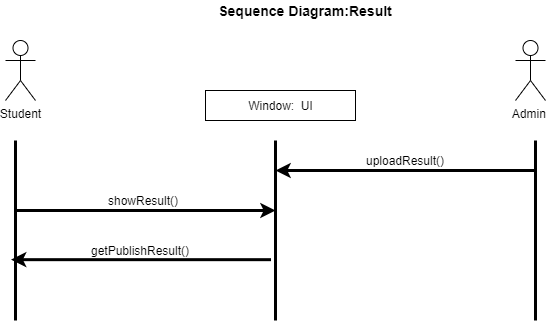
This is sequence_diagram(Result).png from SabiulSabit/UML-Diagram-For-Project, a draw.io export, as it was before one commit. Source tidied: cells renumbered, new cells last; positions are measured from the earlier drawing's top-left corner, leaving out a move shared by most shapes. The source it was exported from:
```xml
<mxGraphModel>
  <root>
    <mxCell id="0" />
    <mxCell id="1" parent="0" />
    <mxCell id="2" style="endArrow=none;html=1;strokeWidth=3;" parent="1" edge="1">
      <mxGeometry relative="1" as="geometry">
        <mxPoint x="10" y="320" as="sourcePoint" />
        <mxPoint x="10" y="140" as="targetPoint" />
      </mxGeometry>
    </mxCell>
    <mxCell id="3" style="endArrow=none;html=1;strokeWidth=3;" parent="1" edge="1">
      <mxGeometry relative="1" as="geometry">
        <mxPoint x="270" y="320" as="sourcePoint" />
        <mxPoint x="270" y="140" as="targetPoint" />
      </mxGeometry>
    </mxCell>
    <mxCell id="4" style="endArrow=none;html=1;strokeWidth=3;" parent="1" edge="1">
      <mxGeometry relative="1" as="geometry">
        <mxPoint x="530" y="320" as="sourcePoint" />
        <mxPoint x="530" y="140" as="targetPoint" />
      </mxGeometry>
    </mxCell>
    <mxCell id="5" value="Student&lt;br&gt;" style="shape=umlActor;verticalLabelPosition=bottom;labelBackgroundColor=#ffffff;verticalAlign=top;html=1;" parent="1" vertex="1">
      <mxGeometry y="40" width="30" height="60" as="geometry" />
    </mxCell>
    <mxCell id="6" style="endArrow=classic;html=1;strokeWidth=3;" parent="1" edge="1">
      <mxGeometry relative="1" as="geometry">
        <mxPoint x="10" y="210" as="sourcePoint" />
        <mxPoint x="270" y="210" as="targetPoint" />
      </mxGeometry>
    </mxCell>
    <mxCell id="7" style="endArrow=classic;html=1;strokeWidth=3;" parent="1" edge="1">
      <mxGeometry relative="1" as="geometry">
        <mxPoint x="265.5" y="259.2" as="sourcePoint" />
        <mxPoint x="5.5" y="259.2" as="targetPoint" />
      </mxGeometry>
    </mxCell>
    <mxCell id="8" value="Admin&amp;nbsp;" style="shape=umlActor;verticalLabelPosition=bottom;labelBackgroundColor=#ffffff;verticalAlign=top;html=1;" parent="1" vertex="1">
      <mxGeometry x="510" y="40" width="30" height="60" as="geometry" />
    </mxCell>
    <mxCell id="9" style="rounded=0;whiteSpace=wrap;html=1;" parent="1" vertex="1">
      <mxGeometry x="200" y="90" width="150" height="30" as="geometry" />
    </mxCell>
    <mxCell id="10" value="Window:&amp;nbsp; UI" style="text;html=1;strokeColor=none;fillColor=none;align=center;verticalAlign=middle;whiteSpace=wrap;rounded=0;" parent="1" vertex="1">
      <mxGeometry x="232.5" y="95" width="85" height="20" as="geometry" />
    </mxCell>
    <mxCell id="11" value="&lt;font style=&quot;font-size: 14px&quot;&gt;&lt;b&gt;Sequence Diagram:Result&lt;/b&gt;&lt;/font&gt;" style="text;html=1;strokeColor=none;fillColor=none;align=center;verticalAlign=middle;whiteSpace=wrap;rounded=0;" parent="1" vertex="1">
      <mxGeometry x="170" width="260" height="20" as="geometry" />
    </mxCell>
    <mxCell id="12" value="showResult()" style="text;html=1;strokeColor=none;fillColor=none;align=center;verticalAlign=middle;whiteSpace=wrap;rounded=0;" parent="1" vertex="1">
      <mxGeometry x="68" y="190" width="140" height="20" as="geometry" />
    </mxCell>
    <mxCell id="13" style="endArrow=classic;html=1;strokeWidth=3;" parent="1" edge="1">
      <mxGeometry relative="1" as="geometry">
        <mxPoint x="530" y="170" as="sourcePoint" />
        <mxPoint x="270" y="170" as="targetPoint" />
      </mxGeometry>
    </mxCell>
    <mxCell id="14" value="uploadResult()" style="text;html=1;strokeColor=none;fillColor=none;align=center;verticalAlign=middle;whiteSpace=wrap;rounded=0;" parent="1" vertex="1">
      <mxGeometry x="380" y="150" width="40" height="20" as="geometry" />
    </mxCell>
    <mxCell id="15" value="getPublishResult()" style="text;html=1;strokeColor=none;fillColor=none;align=center;verticalAlign=middle;whiteSpace=wrap;rounded=0;" parent="1" vertex="1">
      <mxGeometry x="115" y="240" width="40" height="20" as="geometry" />
    </mxCell>
  </root>
</mxGraphModel>
```
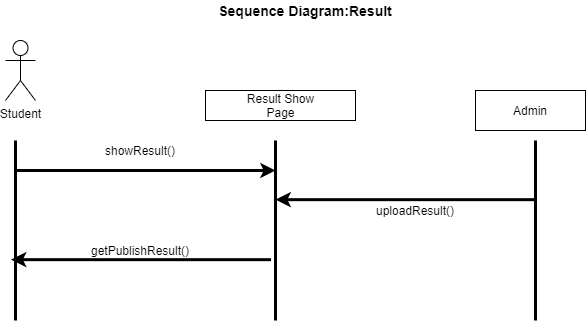
Above is the later version.

Change to the diagram source:
```diff
@@ -25,8 +25,8 @@
     </mxCell>
     <mxCell id="6" style="endArrow=classic;html=1;strokeWidth=3;" parent="1" edge="1">
       <mxGeometry relative="1" as="geometry">
-        <mxPoint x="10" y="210" as="sourcePoint" />
-        <mxPoint x="270" y="210" as="targetPoint" />
+        <mxPoint x="10" y="170" as="sourcePoint" />
+        <mxPoint x="270" y="170" as="targetPoint" />
       </mxGeometry>
     </mxCell>
     <mxCell id="7" style="endArrow=classic;html=1;strokeWidth=3;" parent="1" edge="1">
@@ -35,32 +35,32 @@
         <mxPoint x="5.5" y="259.2" as="targetPoint" />
       </mxGeometry>
     </mxCell>
-    <mxCell id="8" value="Admin&amp;nbsp;" style="shape=umlActor;verticalLabelPosition=bottom;labelBackgroundColor=#ffffff;verticalAlign=top;html=1;" parent="1" vertex="1">
-      <mxGeometry x="510" y="40" width="30" height="60" as="geometry" />
-    </mxCell>
     <mxCell id="9" style="rounded=0;whiteSpace=wrap;html=1;" parent="1" vertex="1">
       <mxGeometry x="200" y="90" width="150" height="30" as="geometry" />
     </mxCell>
-    <mxCell id="10" value="Window:&amp;nbsp; UI" style="text;html=1;strokeColor=none;fillColor=none;align=center;verticalAlign=middle;whiteSpace=wrap;rounded=0;" parent="1" vertex="1">
+    <mxCell id="10" value="Result Show Page" style="text;html=1;strokeColor=none;fillColor=none;align=center;verticalAlign=middle;whiteSpace=wrap;rounded=0;" parent="1" vertex="1">
       <mxGeometry x="232.5" y="95" width="85" height="20" as="geometry" />
     </mxCell>
     <mxCell id="11" value="&lt;font style=&quot;font-size: 14px&quot;&gt;&lt;b&gt;Sequence Diagram:Result&lt;/b&gt;&lt;/font&gt;" style="text;html=1;strokeColor=none;fillColor=none;align=center;verticalAlign=middle;whiteSpace=wrap;rounded=0;" parent="1" vertex="1">
       <mxGeometry x="170" width="260" height="20" as="geometry" />
     </mxCell>
     <mxCell id="12" value="showResult()" style="text;html=1;strokeColor=none;fillColor=none;align=center;verticalAlign=middle;whiteSpace=wrap;rounded=0;" parent="1" vertex="1">
-      <mxGeometry x="68" y="190" width="140" height="20" as="geometry" />
+      <mxGeometry x="65" y="140" width="140" height="20" as="geometry" />
     </mxCell>
     <mxCell id="13" style="endArrow=classic;html=1;strokeWidth=3;" parent="1" edge="1">
       <mxGeometry relative="1" as="geometry">
-        <mxPoint x="530" y="170" as="sourcePoint" />
-        <mxPoint x="270" y="170" as="targetPoint" />
+        <mxPoint x="530" y="199.2" as="sourcePoint" />
+        <mxPoint x="270" y="199.2" as="targetPoint" />
       </mxGeometry>
     </mxCell>
     <mxCell id="14" value="uploadResult()" style="text;html=1;strokeColor=none;fillColor=none;align=center;verticalAlign=middle;whiteSpace=wrap;rounded=0;" parent="1" vertex="1">
-      <mxGeometry x="380" y="150" width="40" height="20" as="geometry" />
+      <mxGeometry x="390" y="200" width="40" height="20" as="geometry" />
     </mxCell>
     <mxCell id="15" value="getPublishResult()" style="text;html=1;strokeColor=none;fillColor=none;align=center;verticalAlign=middle;whiteSpace=wrap;rounded=0;" parent="1" vertex="1">
       <mxGeometry x="115" y="240" width="40" height="20" as="geometry" />
     </mxCell>
+    <mxCell id="8" value="Admin" style="rounded=0;whiteSpace=wrap;html=1;" parent="1" vertex="1">
+      <mxGeometry x="470" y="90" width="110" height="40" as="geometry" />
+    </mxCell>
   </root>
 </mxGraphModel>
```
